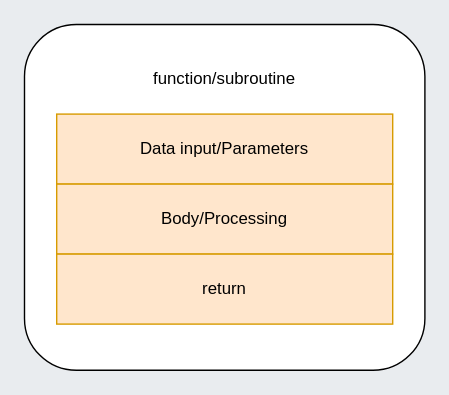
Above: page "subroutine" (6 of 7) of images/clean-code-objects-data-structures/clean-code-pop-oop-diagrams.drawio in GabrielSlima/blog (draw.io), before the change. Source tidied: cells renumbered, new cells numbered last; positions are measured from the earlier drawing's top-left corner, leaving out a move shared by most shapes. Both pictures are drawn from the tidied source at 140%, with x=0, y=0 at pixel (24, 24).
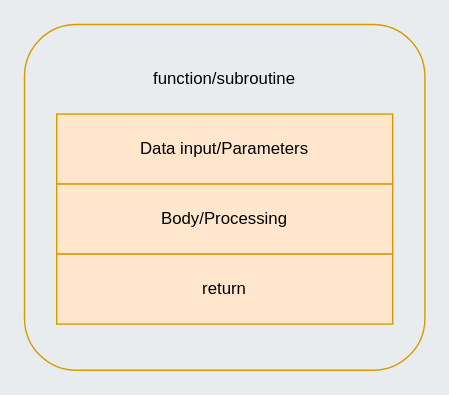
The same diagram, later.

What changed in the source:
```diff
@@
 <mxGraphModel background="#e9ecef">
   <root>
     <mxCell id="0" />
     <mxCell id="1" parent="0" />
     <mxCell id="2" style="edgeStyle=orthogonalEdgeStyle;rounded=0;orthogonalLoop=1;jettySize=auto;html=1;" parent="1" edge="1">
       <mxGeometry relative="1" as="geometry">
         <mxPoint x="335" y="1193" as="targetPoint" />
       </mxGeometry>
     </mxCell>
-    <mxCell id="3" style="rounded=1;whiteSpace=wrap;html=1;align=left;" parent="1" vertex="1">
+    <mxCell id="3" style="rounded=1;whiteSpace=wrap;html=1;align=left;fillColor=none;strokeColor=#D79B00;" parent="1" vertex="1">
       <mxGeometry width="286" height="247" as="geometry" />
     </mxCell>
     <mxCell id="4" value="Data input/Parameters" style="rounded=0;whiteSpace=wrap;html=1;fillColor=#ffe6cc;strokeColor=#d79b00;" parent="1" vertex="1">
       <mxGeometry x="23" y="64" width="240" height="50" as="geometry" />
     </mxCell>
     <mxCell id="5" value="&lt;div&gt;Body/Processing&lt;/div&gt;" style="rounded=0;whiteSpace=wrap;html=1;fillColor=#ffe6cc;strokeColor=#d79b00;" parent="1" vertex="1">
       <mxGeometry x="23" y="114" width="240" height="50" as="geometry" />
     </mxCell>
     <mxCell id="6" value="return" style="rounded=0;whiteSpace=wrap;html=1;fillColor=#ffe6cc;strokeColor=#d79b00;" parent="1" vertex="1">
       <mxGeometry x="23" y="164" width="240" height="50" as="geometry" />
     </mxCell>
     <mxCell id="7" value="function/subroutine" style="text;html=1;strokeColor=none;fillColor=none;align=center;verticalAlign=middle;whiteSpace=wrap;rounded=0;" parent="1" vertex="1">
       <mxGeometry x="123" y="29" width="40" height="20" as="geometry" />
     </mxCell>
   </root>
 </mxGraphModel>
```
